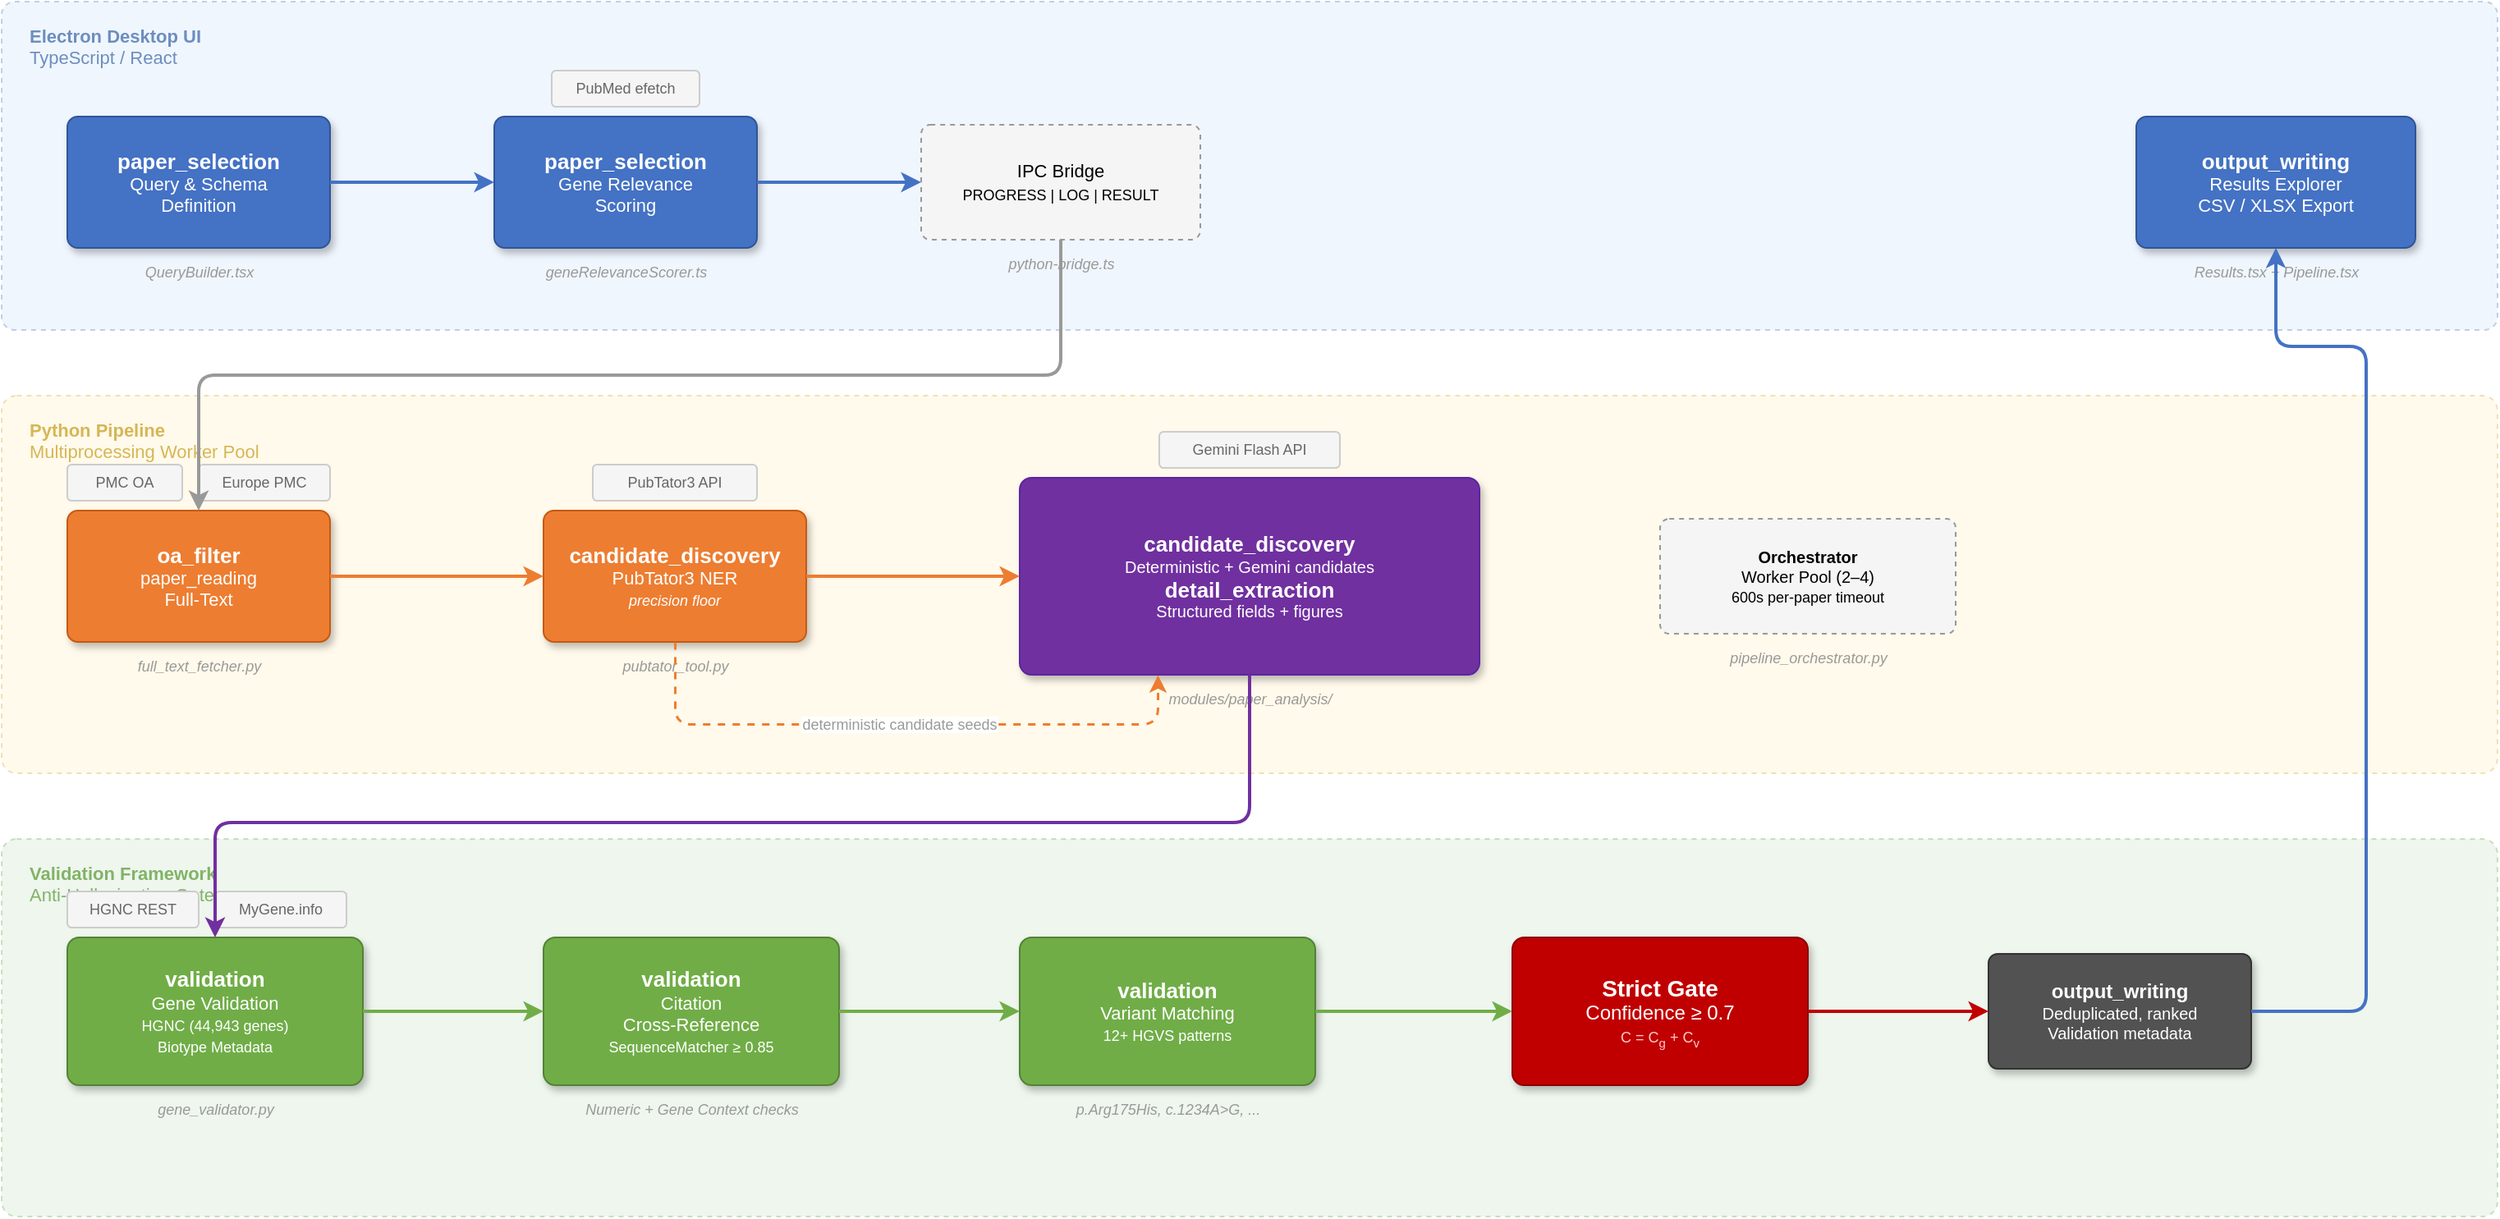
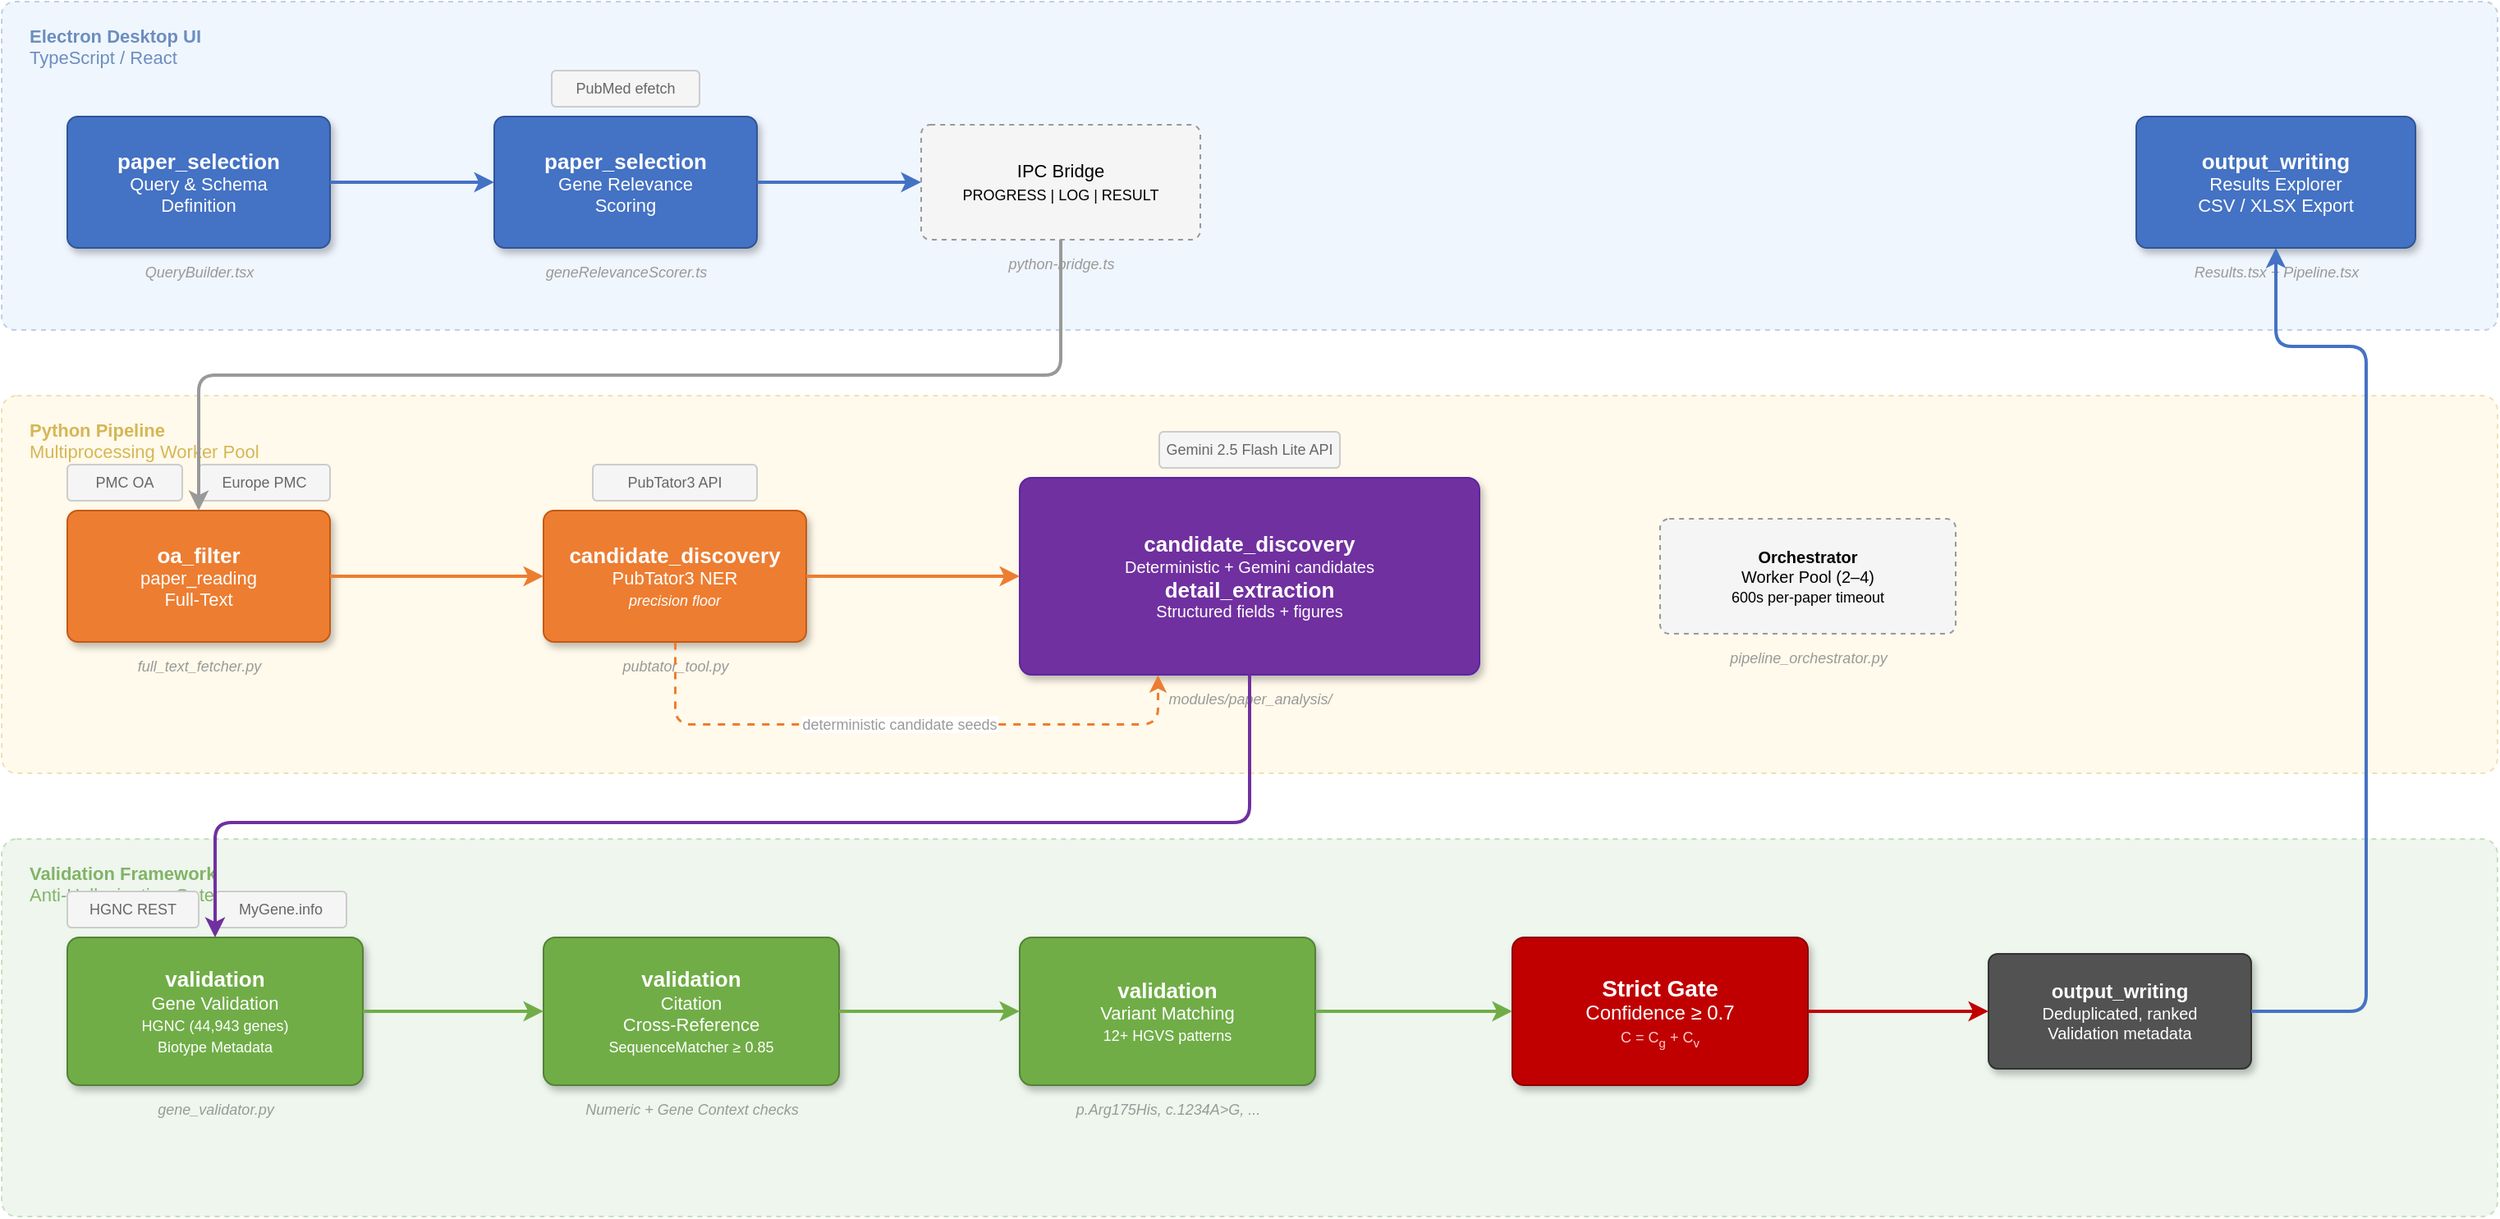
<mxfile host="app.diagrams.net" modified="2026-03-09T13:00:00.000Z" agent="Claude" version="21.0.0">
  <diagram name="Architecture" id="arch">
    <mxGraphModel dx="1422" dy="762" grid="1" gridSize="10" guides="1" tooltips="1" connect="1" arrows="1" fold="1" page="1" pageScale="1" pageWidth="1600" pageHeight="900" math="0" shadow="0">
      <root>
        <mxCell id="0"/>
        <mxCell id="1" parent="0"/>

        <!-- ═══ LAYER BACKGROUNDS ═══ -->
        <!-- UI Layer -->
        <mxCell id="bg_ui" value="" style="rounded=1;whiteSpace=wrap;html=1;fillColor=#dae8fc;strokeColor=#6c8ebf;strokeWidth=1;dashed=1;opacity=40;arcSize=4;" vertex="1" parent="1">
          <mxGeometry x="40" y="30" width="1520" height="200" as="geometry"/>
        </mxCell>
        <mxCell id="bg_ui_label" value="&lt;b&gt;Electron Desktop UI&lt;/b&gt;&lt;br&gt;TypeScript / React" style="text;html=1;fontSize=11;fontColor=#6c8ebf;align=left;verticalAlign=top;" vertex="1" parent="1">
          <mxGeometry x="55" y="38" width="180" height="40" as="geometry"/>
        </mxCell>

        <!-- Pipeline Layer -->
        <mxCell id="bg_pipe" value="" style="rounded=1;whiteSpace=wrap;html=1;fillColor=#fff2cc;strokeColor=#d6b656;strokeWidth=1;dashed=1;opacity=40;arcSize=4;" vertex="1" parent="1">
          <mxGeometry x="40" y="270" width="1520" height="230" as="geometry"/>
        </mxCell>
        <mxCell id="bg_pipe_label" value="&lt;b&gt;Python Pipeline&lt;/b&gt;&lt;br&gt;Multiprocessing Worker Pool" style="text;html=1;fontSize=11;fontColor=#d6b656;align=left;verticalAlign=top;" vertex="1" parent="1">
          <mxGeometry x="55" y="278" width="220" height="40" as="geometry"/>
        </mxCell>

        <!-- Validation Layer -->
        <mxCell id="bg_val" value="" style="rounded=1;whiteSpace=wrap;html=1;fillColor=#d5e8d4;strokeColor=#82b366;strokeWidth=1;dashed=1;opacity=40;arcSize=4;" vertex="1" parent="1">
          <mxGeometry x="40" y="540" width="1520" height="230" as="geometry"/>
        </mxCell>
        <mxCell id="bg_val_label" value="&lt;b&gt;Validation Framework&lt;/b&gt;&lt;br&gt;Anti-Hallucination Gates" style="text;html=1;fontSize=11;fontColor=#82b366;align=left;verticalAlign=top;" vertex="1" parent="1">
          <mxGeometry x="55" y="548" width="220" height="40" as="geometry"/>
        </mxCell>

        <!-- ═══ UI LAYER BOXES ═══ -->
        <!-- paper_selection: Query -->
        <mxCell id="s1" value="&lt;b style=&quot;font-size:13px&quot;&gt;paper_selection&lt;/b&gt;&lt;br&gt;Query &amp; Schema&lt;br&gt;Definition" style="rounded=1;whiteSpace=wrap;html=1;fillColor=#4472C4;fontColor=#ffffff;strokeColor=#2F5597;fontSize=11;arcSize=8;shadow=1;" vertex="1" parent="1">
          <mxGeometry x="80" y="100" width="160" height="80" as="geometry"/>
        </mxCell>
        <mxCell id="s1_file" value="QueryBuilder.tsx" style="text;html=1;fontSize=9;fontColor=#999999;fontStyle=2;align=center;" vertex="1" parent="1">
          <mxGeometry x="80" y="183" width="160" height="20" as="geometry"/>
        </mxCell>

        <!-- paper_selection: Relevance -->
        <mxCell id="s2" value="&lt;b style=&quot;font-size:13px&quot;&gt;paper_selection&lt;/b&gt;&lt;br&gt;Gene Relevance&lt;br&gt;Scoring" style="rounded=1;whiteSpace=wrap;html=1;fillColor=#4472C4;fontColor=#ffffff;strokeColor=#2F5597;fontSize=11;arcSize=8;shadow=1;" vertex="1" parent="1">
          <mxGeometry x="340" y="100" width="160" height="80" as="geometry"/>
        </mxCell>
        <mxCell id="s2_file" value="geneRelevanceScorer.ts" style="text;html=1;fontSize=9;fontColor=#999999;fontStyle=2;align=center;" vertex="1" parent="1">
          <mxGeometry x="340" y="183" width="160" height="20" as="geometry"/>
        </mxCell>
        <mxCell id="s2_api" value="PubMed efetch" style="rounded=1;whiteSpace=wrap;html=1;fillColor=#f5f5f5;strokeColor=#cccccc;fontSize=9;fontColor=#666666;arcSize=12;" vertex="1" parent="1">
          <mxGeometry x="375" y="72" width="90" height="22" as="geometry"/>
        </mxCell>

        <!-- IPC Bridge -->
        <mxCell id="ipc" value="IPC Bridge&lt;br&gt;&lt;font style=&quot;font-size:9px&quot;&gt;PROGRESS | LOG | RESULT&lt;/font&gt;" style="rounded=1;whiteSpace=wrap;html=1;fillColor=#f5f5f5;strokeColor=#999999;fontSize=11;dashed=1;arcSize=8;" vertex="1" parent="1">
          <mxGeometry x="600" y="105" width="170" height="70" as="geometry"/>
        </mxCell>
        <mxCell id="ipc_file" value="python-bridge.ts" style="text;html=1;fontSize=9;fontColor=#999999;fontStyle=2;align=center;" vertex="1" parent="1">
          <mxGeometry x="600" y="178" width="170" height="20" as="geometry"/>
        </mxCell>

        <!-- Output: Results -->
        <mxCell id="out" value="&lt;b style=&quot;font-size:13px&quot;&gt;output_writing&lt;/b&gt;&lt;br&gt;Results Explorer&lt;br&gt;CSV / XLSX Export" style="rounded=1;whiteSpace=wrap;html=1;fillColor=#4472C4;fontColor=#ffffff;strokeColor=#2F5597;fontSize=11;arcSize=8;shadow=1;" vertex="1" parent="1">
          <mxGeometry x="1340" y="100" width="170" height="80" as="geometry"/>
        </mxCell>
        <mxCell id="out_file" value="Results.tsx + Pipeline.tsx" style="text;html=1;fontSize=9;fontColor=#999999;fontStyle=2;align=center;" vertex="1" parent="1">
          <mxGeometry x="1340" y="183" width="170" height="20" as="geometry"/>
        </mxCell>

        <!-- ═══ PIPELINE LAYER BOXES ═══ -->
        <!-- oa_filter + paper_reading: Full Text -->
        <mxCell id="s3" value="&lt;b style=&quot;font-size:13px&quot;&gt;oa_filter&lt;/b&gt;&lt;br&gt;paper_reading&lt;br&gt;Full-Text" style="rounded=1;whiteSpace=wrap;html=1;fillColor=#ED7D31;fontColor=#ffffff;strokeColor=#C55A11;fontSize=11;arcSize=8;shadow=1;" vertex="1" parent="1">
          <mxGeometry x="80" y="340" width="160" height="80" as="geometry"/>
        </mxCell>
        <mxCell id="s3_file" value="full_text_fetcher.py" style="text;html=1;fontSize=9;fontColor=#999999;fontStyle=2;align=center;" vertex="1" parent="1">
          <mxGeometry x="80" y="423" width="160" height="20" as="geometry"/>
        </mxCell>
        <mxCell id="s3_api1" value="PMC OA" style="rounded=1;whiteSpace=wrap;html=1;fillColor=#f5f5f5;strokeColor=#cccccc;fontSize=9;fontColor=#666666;arcSize=12;" vertex="1" parent="1">
          <mxGeometry x="80" y="312" width="70" height="22" as="geometry"/>
        </mxCell>
        <mxCell id="s3_api2" value="Europe PMC" style="rounded=1;whiteSpace=wrap;html=1;fillColor=#f5f5f5;strokeColor=#cccccc;fontSize=9;fontColor=#666666;arcSize=12;" vertex="1" parent="1">
          <mxGeometry x="160" y="312" width="80" height="22" as="geometry"/>
        </mxCell>

        <!-- candidate_discovery: PubTator -->
        <mxCell id="s4" value="&lt;b style=&quot;font-size:13px&quot;&gt;candidate_discovery&lt;/b&gt;&lt;br&gt;PubTator3 NER&lt;br&gt;&lt;font style=&quot;font-size:9px;font-style:italic&quot;&gt;precision floor&lt;/font&gt;" style="rounded=1;whiteSpace=wrap;html=1;fillColor=#ED7D31;fontColor=#ffffff;strokeColor=#C55A11;fontSize=11;arcSize=8;shadow=1;" vertex="1" parent="1">
          <mxGeometry x="370" y="340" width="160" height="80" as="geometry"/>
        </mxCell>
        <mxCell id="s4_file" value="pubtator_tool.py" style="text;html=1;fontSize=9;fontColor=#999999;fontStyle=2;align=center;" vertex="1" parent="1">
          <mxGeometry x="370" y="423" width="160" height="20" as="geometry"/>
        </mxCell>
        <mxCell id="s4_api" value="PubTator3 API" style="rounded=1;whiteSpace=wrap;html=1;fillColor=#f5f5f5;strokeColor=#cccccc;fontSize=9;fontColor=#666666;arcSize=12;" vertex="1" parent="1">
          <mxGeometry x="400" y="312" width="100" height="22" as="geometry"/>
        </mxCell>

        <!-- Per-paper extraction -->
        <mxCell id="s5" value="&lt;b style=&quot;font-size:13px&quot;&gt;candidate_discovery&lt;/b&gt;&lt;br&gt;Deterministic + Gemini candidates&lt;br&gt;&lt;b style=&quot;font-size:13px&quot;&gt;detail_extraction&lt;/b&gt;&lt;br&gt;Structured fields + figures" style="rounded=1;whiteSpace=wrap;html=1;fillColor=#7030A0;fontColor=#ffffff;strokeColor=#5B259F;fontSize=10;arcSize=6;shadow=1;" vertex="1" parent="1">
          <mxGeometry x="660" y="320" width="280" height="120" as="geometry"/>
        </mxCell>
        <mxCell id="s5_file" value="modules/paper_analysis/" style="text;html=1;fontSize=9;fontColor=#999999;fontStyle=2;align=center;" vertex="1" parent="1">
          <mxGeometry x="660" y="443" width="280" height="20" as="geometry"/>
        </mxCell>
-         <mxCell id="s5_api" value="Gemini Flash API" style="rounded=1;whiteSpace=wrap;html=1;fillColor=#f5f5f5;strokeColor=#cccccc;fontSize=9;fontColor=#666666;arcSize=12;" vertex="1" parent="1">
+         <mxCell id="s5_api" value="Gemini 2.5 Flash Lite API" style="rounded=1;whiteSpace=wrap;html=1;fillColor=#f5f5f5;strokeColor=#cccccc;fontSize=9;fontColor=#666666;arcSize=12;" vertex="1" parent="1">
          <mxGeometry x="745" y="292" width="110" height="22" as="geometry"/>
        </mxCell>

        <!-- Orchestrator -->
        <mxCell id="orch" value="&lt;b&gt;Orchestrator&lt;/b&gt;&lt;br&gt;Worker Pool (2–4)&lt;br&gt;&lt;font style=&quot;font-size:9px&quot;&gt;600s per-paper timeout&lt;/font&gt;" style="rounded=1;whiteSpace=wrap;html=1;fillColor=#f5f5f5;strokeColor=#999999;fontSize=10;dashed=1;arcSize=8;" vertex="1" parent="1">
          <mxGeometry x="1050" y="345" width="180" height="70" as="geometry"/>
        </mxCell>
        <mxCell id="orch_file" value="pipeline_orchestrator.py" style="text;html=1;fontSize=9;fontColor=#999999;fontStyle=2;align=center;" vertex="1" parent="1">
          <mxGeometry x="1050" y="418" width="180" height="20" as="geometry"/>
        </mxCell>

        <!-- ═══ VALIDATION LAYER BOXES ═══ -->
        <!-- validation: Gene Validation -->
        <mxCell id="v1" value="&lt;b style=&quot;font-size:13px&quot;&gt;validation&lt;/b&gt;&lt;br&gt;Gene Validation&lt;br&gt;&lt;font style=&quot;font-size:9px&quot;&gt;HGNC (44,943 genes)&lt;br&gt;Biotype Metadata&lt;/font&gt;" style="rounded=1;whiteSpace=wrap;html=1;fillColor=#70AD47;fontColor=#ffffff;strokeColor=#548235;fontSize=11;arcSize=8;shadow=1;" vertex="1" parent="1">
          <mxGeometry x="80" y="600" width="180" height="90" as="geometry"/>
        </mxCell>
        <mxCell id="v1_file" value="gene_validator.py" style="text;html=1;fontSize=9;fontColor=#999999;fontStyle=2;align=center;" vertex="1" parent="1">
          <mxGeometry x="80" y="693" width="180" height="20" as="geometry"/>
        </mxCell>
        <mxCell id="v1_api1" value="HGNC REST" style="rounded=1;whiteSpace=wrap;html=1;fillColor=#f5f5f5;strokeColor=#cccccc;fontSize=9;fontColor=#666666;arcSize=12;" vertex="1" parent="1">
          <mxGeometry x="80" y="572" width="80" height="22" as="geometry"/>
        </mxCell>
        <mxCell id="v1_api2" value="MyGene.info" style="rounded=1;whiteSpace=wrap;html=1;fillColor=#f5f5f5;strokeColor=#cccccc;fontSize=9;fontColor=#666666;arcSize=12;" vertex="1" parent="1">
          <mxGeometry x="170" y="572" width="80" height="22" as="geometry"/>
        </mxCell>

        <!-- validation: Citation -->
        <mxCell id="v2" value="&lt;b style=&quot;font-size:13px&quot;&gt;validation&lt;/b&gt;&lt;br&gt;Citation&lt;br&gt;Cross-Reference&lt;br&gt;&lt;font style=&quot;font-size:9px&quot;&gt;SequenceMatcher ≥ 0.85&lt;/font&gt;" style="rounded=1;whiteSpace=wrap;html=1;fillColor=#70AD47;fontColor=#ffffff;strokeColor=#548235;fontSize=11;arcSize=8;shadow=1;" vertex="1" parent="1">
          <mxGeometry x="370" y="600" width="180" height="90" as="geometry"/>
        </mxCell>
        <mxCell id="v2_file" value="Numeric + Gene Context checks" style="text;html=1;fontSize=9;fontColor=#999999;fontStyle=2;align=center;" vertex="1" parent="1">
          <mxGeometry x="370" y="693" width="180" height="20" as="geometry"/>
        </mxCell>

        <!-- validation: Variant -->
        <mxCell id="v3" value="&lt;b style=&quot;font-size:13px&quot;&gt;validation&lt;/b&gt;&lt;br&gt;Variant Matching&lt;br&gt;&lt;font style=&quot;font-size:9px&quot;&gt;12+ HGVS patterns&lt;/font&gt;" style="rounded=1;whiteSpace=wrap;html=1;fillColor=#70AD47;fontColor=#ffffff;strokeColor=#548235;fontSize=11;arcSize=8;shadow=1;" vertex="1" parent="1">
          <mxGeometry x="660" y="600" width="180" height="90" as="geometry"/>
        </mxCell>
        <mxCell id="v3_file" value="p.Arg175His, c.1234A&gt;G, ..." style="text;html=1;fontSize=9;fontColor=#999999;fontStyle=2;align=center;" vertex="1" parent="1">
          <mxGeometry x="660" y="693" width="180" height="20" as="geometry"/>
        </mxCell>

        <!-- Confidence Gate -->
        <mxCell id="gate" value="&lt;b style=&quot;font-size:14px;color:#ffffff&quot;&gt;Strict Gate&lt;/b&gt;&lt;br&gt;&lt;font style=&quot;font-size:12px;color:#ffffff&quot;&gt;Confidence ≥ 0.7&lt;/font&gt;&lt;br&gt;&lt;font style=&quot;font-size:9px;color:#ffcccc&quot;&gt;C = C&lt;sub&gt;g&lt;/sub&gt; + C&lt;sub&gt;v&lt;/sub&gt;&lt;/font&gt;" style="rounded=1;whiteSpace=wrap;html=1;fillColor=#C00000;fontColor=#ffffff;strokeColor=#8B0000;fontSize=11;arcSize=8;shadow=1;" vertex="1" parent="1">
          <mxGeometry x="960" y="600" width="180" height="90" as="geometry"/>
        </mxCell>

        <!-- output_writing -->
        <mxCell id="csv" value="&lt;b style=&quot;font-size:12px&quot;&gt;output_writing&lt;/b&gt;&lt;br&gt;Deduplicated, ranked&lt;br&gt;Validation metadata" style="rounded=1;whiteSpace=wrap;html=1;fillColor=#525252;fontColor=#ffffff;strokeColor=#333333;fontSize=10;arcSize=8;shadow=1;" vertex="1" parent="1">
          <mxGeometry x="1250" y="610" width="160" height="70" as="geometry"/>
        </mxCell>

        <!-- ═══ ARROWS ═══ -->
        <!-- UI flow -->
        <mxCell id="a1" style="edgeStyle=orthogonalEdgeStyle;strokeColor=#4472C4;strokeWidth=2;rounded=1;" edge="1" source="s1" target="s2" parent="1">
          <mxGeometry relative="1" as="geometry"/>
        </mxCell>
        <mxCell id="a2" style="edgeStyle=orthogonalEdgeStyle;strokeColor=#4472C4;strokeWidth=2;rounded=1;" edge="1" source="s2" target="ipc" parent="1">
          <mxGeometry relative="1" as="geometry"/>
        </mxCell>

        <!-- IPC down to pipeline -->
        <mxCell id="a3" value="" style="edgeStyle=orthogonalEdgeStyle;strokeColor=#999999;strokeWidth=2;rounded=1;exitX=0.5;exitY=1;entryX=0.5;entryY=0;" edge="1" source="ipc" target="s3" parent="1">
          <mxGeometry relative="1" as="geometry"/>
        </mxCell>

        <!-- Pipeline flow -->
        <mxCell id="a4" style="edgeStyle=orthogonalEdgeStyle;strokeColor=#ED7D31;strokeWidth=2;rounded=1;" edge="1" source="s3" target="s4" parent="1">
          <mxGeometry relative="1" as="geometry"/>
        </mxCell>
        <mxCell id="a5" style="edgeStyle=orthogonalEdgeStyle;strokeColor=#ED7D31;strokeWidth=2;rounded=1;" edge="1" source="s4" target="s5" parent="1">
          <mxGeometry relative="1" as="geometry"/>
        </mxCell>

        <!-- Deterministic seeds (dashed) -->
        <mxCell id="a_seeds" value="deterministic candidate seeds" style="edgeStyle=orthogonalEdgeStyle;strokeColor=#ED7D31;strokeWidth=1.5;rounded=1;dashed=1;fontSize=9;fontColor=#999999;exitX=0.5;exitY=1;entryX=0.3;entryY=1;" edge="1" source="s4" target="s5" parent="1">
          <mxGeometry relative="1" as="geometry">
            <Array as="points">
              <mxPoint x="450" y="470"/>
              <mxPoint x="744" y="470"/>
            </Array>
          </mxGeometry>
        </mxCell>

        <!-- LLM to Validation -->
        <mxCell id="a6" value="" style="edgeStyle=orthogonalEdgeStyle;strokeColor=#7030A0;strokeWidth=2;rounded=1;exitX=0.5;exitY=1;entryX=0.5;entryY=0;" edge="1" source="s5" target="v1" parent="1">
          <mxGeometry relative="1" as="geometry">
            <Array as="points">
              <mxPoint x="800" y="530"/>
              <mxPoint x="170" y="530"/>
            </Array>
          </mxGeometry>
        </mxCell>

        <!-- Validation flow -->
        <mxCell id="a7" style="edgeStyle=orthogonalEdgeStyle;strokeColor=#70AD47;strokeWidth=2;rounded=1;" edge="1" source="v1" target="v2" parent="1">
          <mxGeometry relative="1" as="geometry"/>
        </mxCell>
        <mxCell id="a8" style="edgeStyle=orthogonalEdgeStyle;strokeColor=#70AD47;strokeWidth=2;rounded=1;" edge="1" source="v2" target="v3" parent="1">
          <mxGeometry relative="1" as="geometry"/>
        </mxCell>
        <mxCell id="a9" style="edgeStyle=orthogonalEdgeStyle;strokeColor=#70AD47;strokeWidth=2;rounded=1;" edge="1" source="v3" target="gate" parent="1">
          <mxGeometry relative="1" as="geometry"/>
        </mxCell>
        <mxCell id="a10" style="edgeStyle=orthogonalEdgeStyle;strokeColor=#C00000;strokeWidth=2;rounded=1;" edge="1" source="gate" target="csv" parent="1">
          <mxGeometry relative="1" as="geometry"/>
        </mxCell>

        <!-- CSV back up to Output -->
        <mxCell id="a11" value="" style="edgeStyle=orthogonalEdgeStyle;strokeColor=#4472C4;strokeWidth=2;rounded=1;exitX=1;exitY=0.5;entryX=0.5;entryY=1;" edge="1" source="csv" target="out" parent="1">
          <mxGeometry relative="1" as="geometry">
            <Array as="points">
              <mxPoint x="1480" y="645"/>
              <mxPoint x="1480" y="240"/>
              <mxPoint x="1425" y="240"/>
            </Array>
          </mxGeometry>
        </mxCell>

      </root>
    </mxGraphModel>
  </diagram>
</mxfile>
